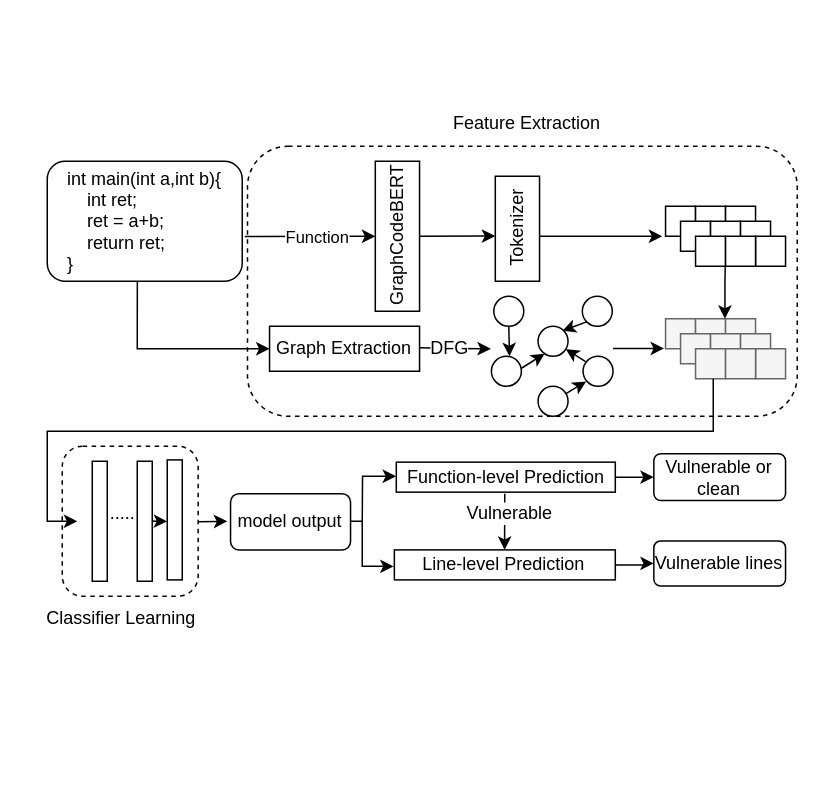
Before: Untitled Diagram.drawio in Adam-01/diagrams, a draw.io diagram. Source tidied: cells renumbered, new cells numbered last; positions are measured from the earlier drawing's top-left corner, leaving out a move shared by most shapes. Both pictures are drawn from the tidied source at 150%, with x=0, y=0 at pixel (24, 26).
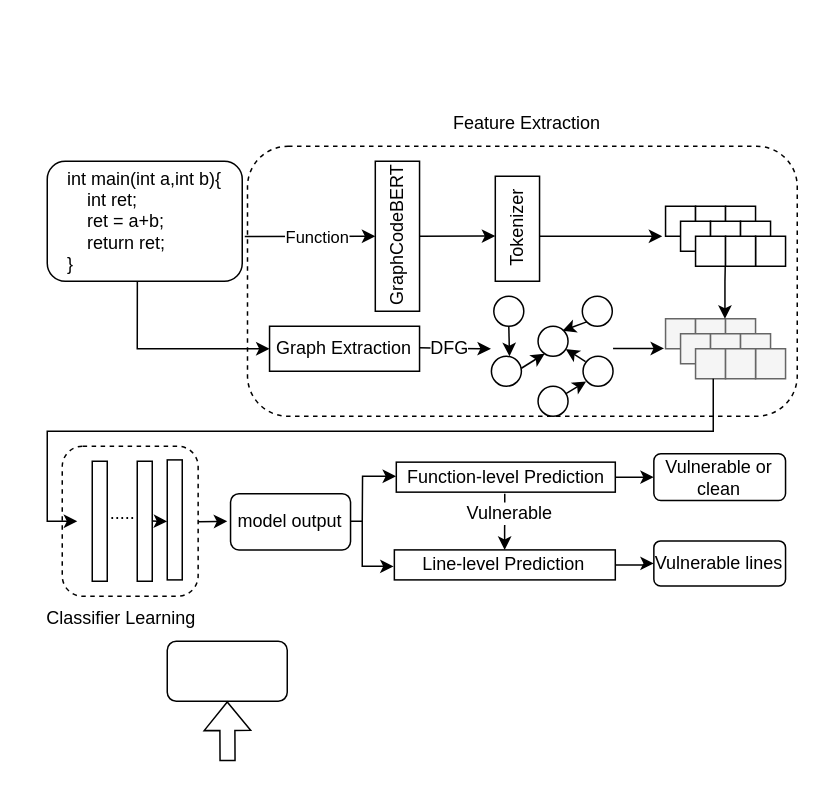
Above is the later version.

What changed in the source:
```diff
@@
+    <mxCell id="69" style="rounded=1;whiteSpace=wrap;html=1;" parent="1" vertex="1">
+      <mxGeometry x="95" y="410" width="80" height="40" as="geometry" />
+    </mxCell>
+    <mxCell id="70" style="shape=flexArrow;endArrow=classic;html=1;rounded=0;" parent="1" edge="1">
+      <mxGeometry relative="1" as="geometry">
+        <mxPoint x="135.2" y="490" as="sourcePoint" />
+        <mxPoint x="135" y="450" as="targetPoint" />
+      </mxGeometry>
+    </mxCell>
```
